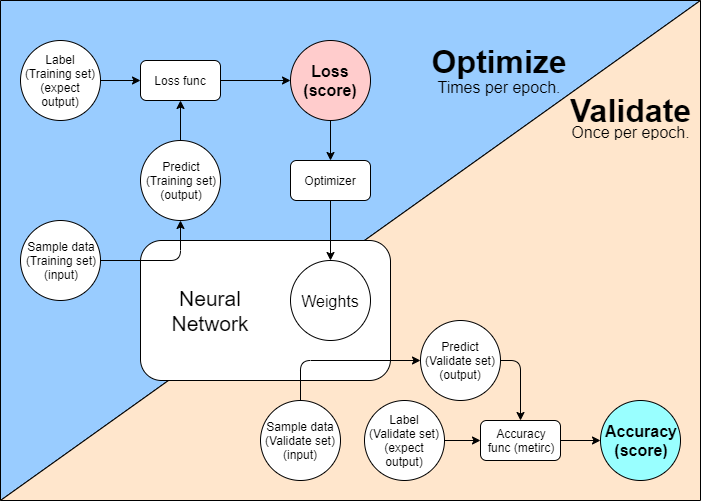
The draw.io diagram MachineLearning/diagram/training_process.png in danteliujie/audioFrameWork, before a commit. Source tidied: cells renumbered, new cells last; positions are measured from the earlier drawing's top-left corner, leaving out a move shared by most shapes.
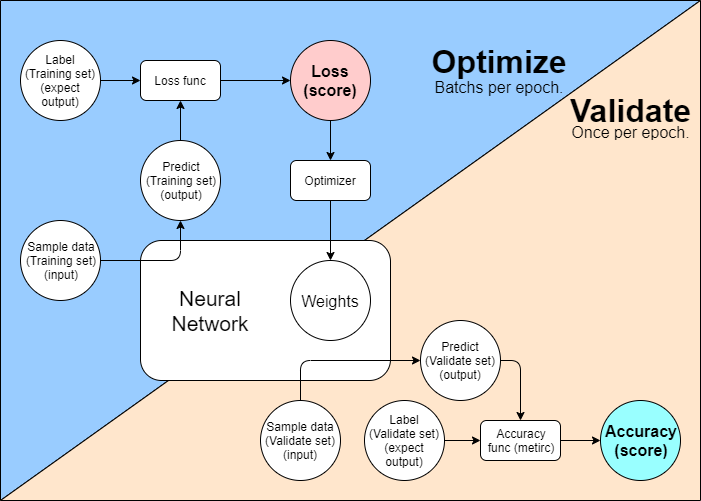
After the change.

Diff of the diagram source:
```diff
@@ -87,7 +87,7 @@
     <mxCell id="28" style="endArrow=classic;html=1;exitX=1;exitY=0.5;exitDx=0;exitDy=0;entryX=0.5;entryY=0;entryDx=0;entryDy=0;edgeStyle=orthogonalEdgeStyle;" parent="1" edge="1" source="19" target="27">
       <mxGeometry relative="1" as="geometry" />
     </mxCell>
-    <mxCell id="29" value="&lt;h1 style=&quot;line-height: 10%&quot;&gt;Optimize&lt;/h1&gt;&lt;p style=&quot;line-height: 20%&quot;&gt;Times per epoch.&lt;/p&gt;" style="text;html=1;strokeColor=none;fillColor=none;spacing=5;spacingTop=-20;whiteSpace=wrap;overflow=hidden;rounded=0;fontSize=16;align=center;" parent="1" vertex="1">
+    <mxCell id="29" value="&lt;h1 style=&quot;line-height: 10%&quot;&gt;Optimize&lt;/h1&gt;&lt;p style=&quot;line-height: 20%&quot;&gt;Batchs per epoch.&lt;/p&gt;" style="text;html=1;strokeColor=none;fillColor=none;spacing=5;spacingTop=-20;whiteSpace=wrap;overflow=hidden;rounded=0;fontSize=16;align=center;" parent="1" vertex="1">
       <mxGeometry x="420" y="50" width="157" height="50" as="geometry" />
     </mxCell>
     <mxCell id="30" value="&lt;h1 style=&quot;line-height: 0%&quot;&gt;Validate&lt;/h1&gt;&lt;p style=&quot;line-height: 0%&quot;&gt;Once per epoch.&lt;/p&gt;" style="text;html=1;strokeColor=none;fillColor=none;spacing=5;spacingTop=-20;whiteSpace=wrap;overflow=hidden;rounded=0;fontSize=16;align=center;" parent="1" vertex="1">
```
